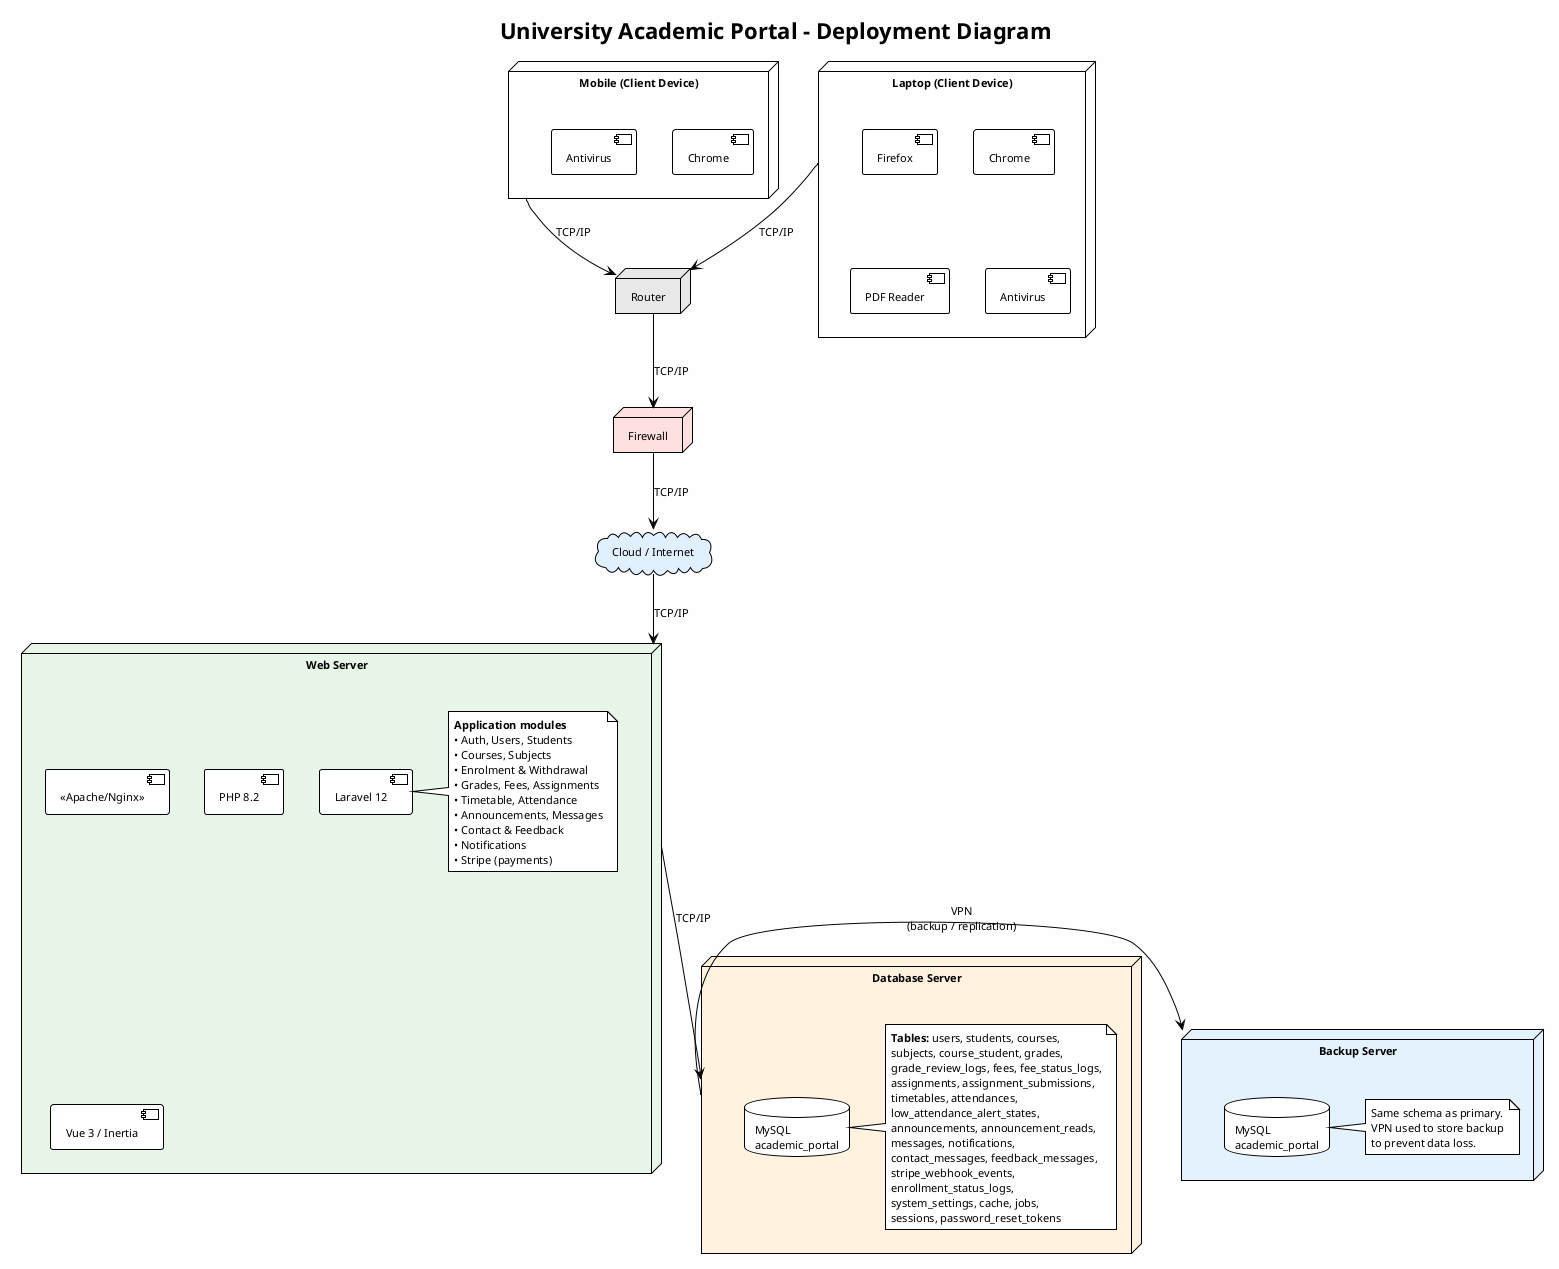
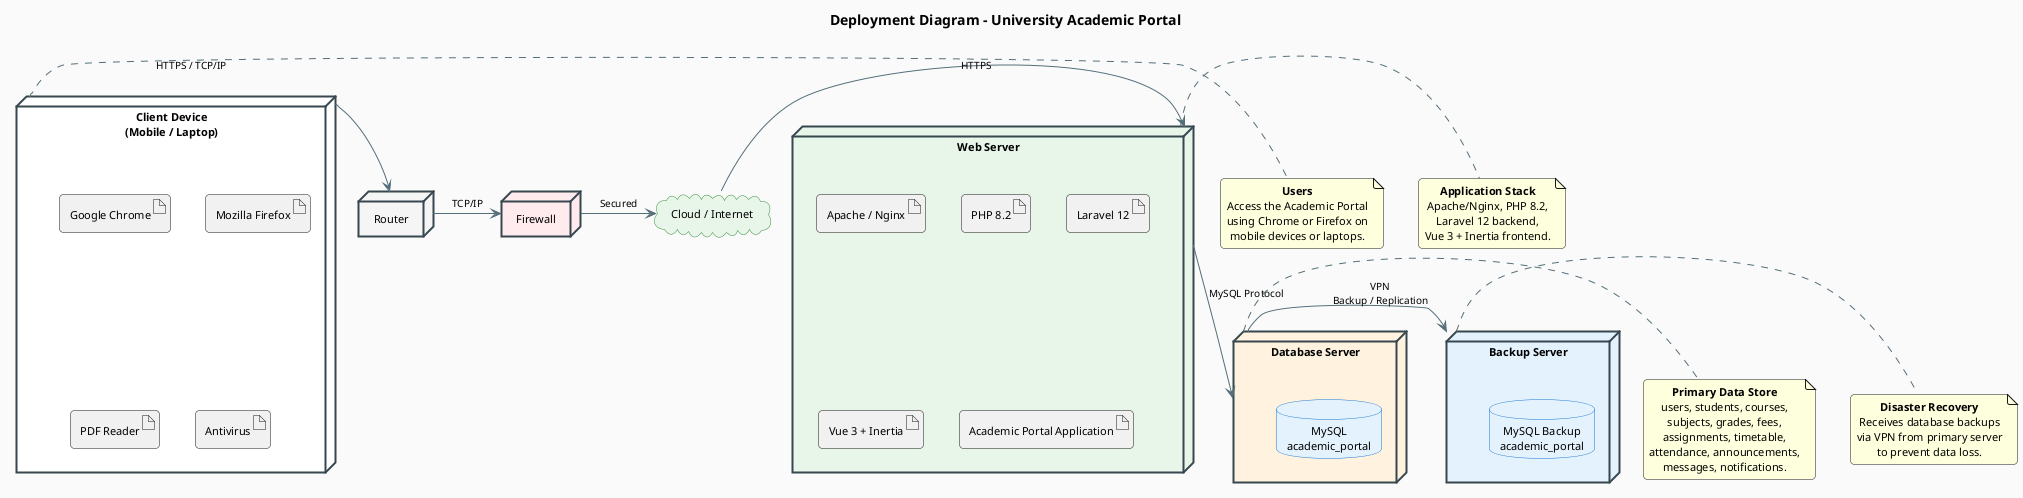
@startuml AcademicPortal_Deployment
- !theme plain
- skinparam backgroundColor #FEFEFE
+ ' Professional deployment diagram - University Academic Portal
+ 
+ title Deployment Diagram – University Academic Portal
+ 
+ skinparam backgroundColor #FAFAFA
+ skinparam shadowing false
skinparam defaultFontSize 11
- title University Academic Portal – Deployment Diagram
+ skinparam defaultFontName Arial
+ skinparam componentStyle rectangle
+ skinparam defaultTextAlignment center
+ skinparam roundCorner 8
+ skinparam node {
+   BackgroundColor #FFFFFF
+   BorderColor #37474F
+   BorderThickness 2
+ }
+ skinparam database {
+   BackgroundColor #E3F2FD
+   BorderColor #1976D2
+ }
+ skinparam cloud {
+   BackgroundColor #E8F5E9
+   BorderColor #388E3C
+ }
+ skinparam arrow {
+   Color #546E7A
+   FontSize 10
+ }

' ========== CLIENT LAYER ==========
- node "Mobile (Client Device)" as Mobile {
-   component "Chrome" as MobileChrome
-   component "Antivirus" as MobileAV
- }
- 
- node "Laptop (Client Device)" as Laptop {
-   component "Firefox" as LaptopFF
-   component "Chrome" as LaptopChrome
-   component "PDF Reader" as LaptopPDF
-   component "Antivirus" as LaptopAV
+ node "Client Device\n(Mobile / Laptop)" as Client #FFFFFF {
+   artifact "Google Chrome"
+   artifact "Mozilla Firefox"
+   artifact "PDF Reader"
+   artifact "Antivirus"
}

' ========== NETWORK LAYER ==========
- node "Router" as Router #E8E8E8
- node "Firewall" as Firewall #FFE0E0
- cloud "Cloud / Internet" as Cloud #E0F0FF
+ node "Router" as Router #F5F5F5
+ node "Firewall" as Firewall #FFEBEE
+ cloud "Cloud / Internet" as Internet #E8F5E9

' ========== APPLICATION SERVER ==========
node "Web Server" as WebServer #E8F5E9 {
-   component "<<Apache/Nginx>>" as WebSvc
-   component "PHP 8.2" as PHP
-   component "Laravel 12" as Laravel
-   component "Vue 3 / Inertia" as Frontend
-   note right of Laravel
-     **Application modules**
-     • Auth, Users, Students
-     • Courses, Subjects
-     • Enrolment & Withdrawal
-     • Grades, Fees, Assignments
-     • Timetable, Attendance
-     • Announcements, Messages
-     • Contact & Feedback
-     • Notifications
-     • Stripe (payments)
-   end note
+   artifact "Apache / Nginx"
+   artifact "PHP 8.2"
+   artifact "Laravel 12"
+   artifact "Vue 3 + Inertia"
+   artifact "Academic Portal Application"
}

' ========== DATA LAYER ==========
node "Database Server" as DBServer #FFF3E0 {
-   database "MySQL\nacademic_portal" as MySQL
-   note right of MySQL
-     **Tables:** users, students, courses,
-     subjects, course_student, grades,
-     grade_review_logs, fees, fee_status_logs,
-     assignments, assignment_submissions,
-     timetables, attendances,
-     low_attendance_alert_states,
-     announcements, announcement_reads,
-     messages, notifications,
-     contact_messages, feedback_messages,
-     stripe_webhook_events,
-     enrollment_status_logs,
-     system_settings, cache, jobs,
-     sessions, password_reset_tokens
-   end note
+   database "MySQL\nacademic_portal"
}

- ' ========== BACKUP LAYER ==========
node "Backup Server" as BackupServer #E3F2FD {
-   database "MySQL\nacademic_portal" as MySQLBackup
-   note right of MySQLBackup
-     Same schema as primary.
-     VPN used to store backup
-     to prevent data loss.
-   end note
+   database "MySQL Backup\nacademic_portal"
}

' ========== CONNECTIONS ==========
- Mobile -down-> Router : TCP/IP
- Laptop -down-> Router : TCP/IP
- Router -down-> Firewall : TCP/IP
- Firewall -down-> Cloud : TCP/IP
- Cloud -down-> WebServer : TCP/IP
- WebServer -down-> DBServer : TCP/IP
+ Client -right-> Router : HTTPS / TCP/IP
+ Router -right-> Firewall : TCP/IP
+ Firewall -right-> Internet : Secured
+ Internet -right-> WebServer : HTTPS

- DBServer -right-> BackupServer : VPN\n(backup / replication)
+ WebServer -down-> DBServer : MySQL Protocol
+ DBServer -right-> BackupServer : VPN\nBackup / Replication
+ 
+ ' ========== ANNOTATIONS ==========
+ note right of Client
+   **Users**
+   Access the Academic Portal
+   using Chrome or Firefox on
+   mobile devices or laptops.
+ end note
+ 
+ note right of WebServer
+   **Application Stack**
+   Apache/Nginx, PHP 8.2,
+   Laravel 12 backend,
+   Vue 3 + Inertia frontend.
+ end note
+ 
+ note right of DBServer
+   **Primary Data Store**
+   users, students, courses,
+   subjects, grades, fees,
+   assignments, timetable,
+   attendance, announcements,
+   messages, notifications.
+ end note
+ 
+ note right of BackupServer
+   **Disaster Recovery**
+   Receives database backups
+   via VPN from primary server
+   to prevent data loss.
+ end note

@enduml
